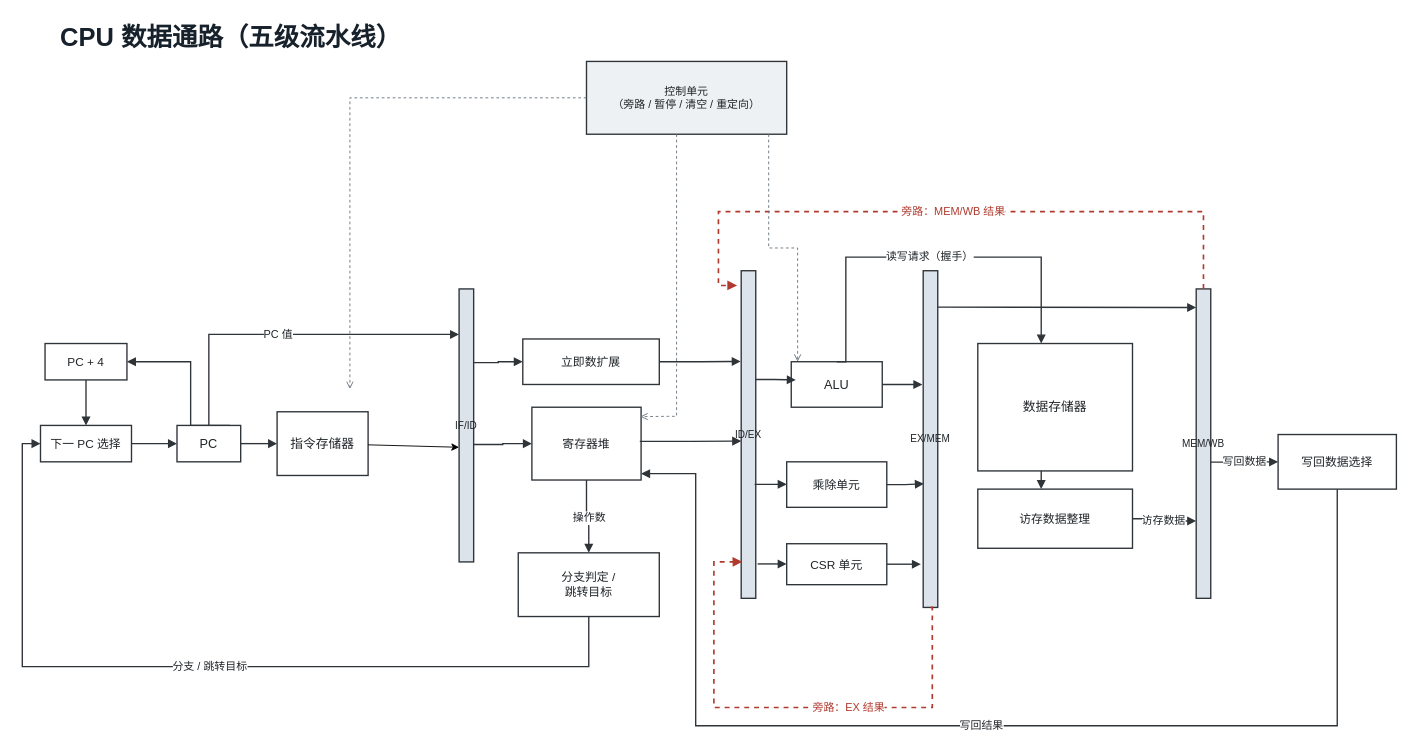
Before: page "架构" (1 of 4) of cpu_design.drawio in Kongchengbei/small-eyes, a draw.io diagram. Source tidied: cells renumbered, new cells numbered last; positions are measured from the earlier drawing's top-left corner, leaving out a move shared by most shapes. Both pictures are drawn from the tidied source at 91%, with x=0, y=0 at pixel (22, 15).
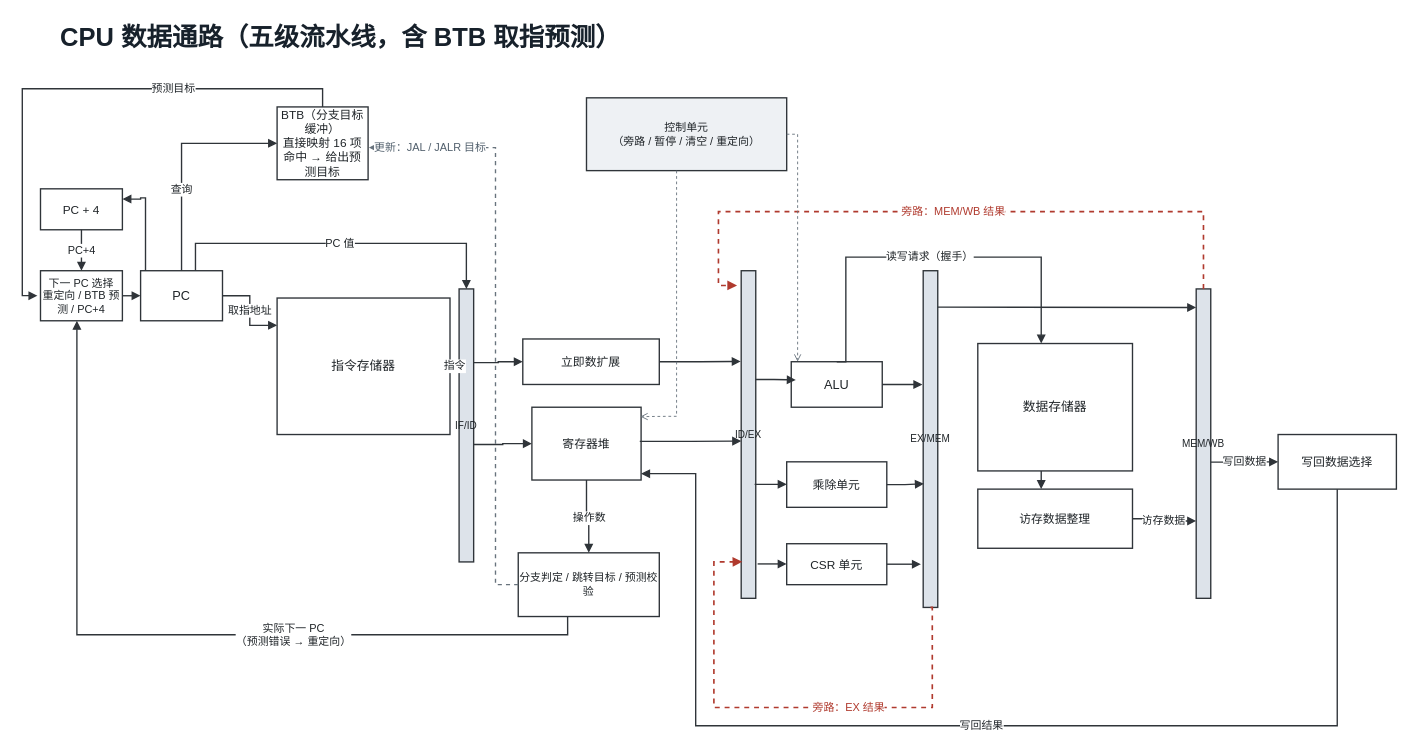
The same diagram, later.

Unchanged cells that the change refers to:
```xml
<mxCell id="7" value="IF/ID" style="rounded=0;whiteSpace=wrap;html=1;fillColor=#dde3ea;strokeColor=#2f3439;strokeWidth=1.5;fontSize=11;fontColor=#1f2428;align=center;verticalAlign=middle;" parent="1" vertex="1">
  <mxGeometry x="480" y="300" width="16" height="300" as="geometry" />
</mxCell>
<mxCell id="12" value="ALU" style="rounded=0;whiteSpace=wrap;html=1;fillColor=#ffffff;strokeColor=#2f3439;strokeWidth=1.5;fontSize=14;fontColor=#1f2428;align=center;verticalAlign=middle;" parent="1" vertex="1">
  <mxGeometry x="845" y="380" width="100" height="50" as="geometry" />
</mxCell>
```

What changed in the source:
```diff
@@
-    <mxCell id="2" value="CPU 数据通路（五级流水线）" style="text;html=1;strokeColor=none;fillColor=none;align=left;verticalAlign=middle;fontSize=28;fontStyle=1;fontColor=#17212b;" parent="1" vertex="1">
-      <mxGeometry x="40" width="700" height="45" as="geometry" />
+    <mxCell id="2" value="CPU 数据通路（五级流水线，含 BTB 取指预测）" style="text;html=1;strokeColor=none;fillColor=none;align=left;verticalAlign=middle;fontSize=28;fontStyle=1;fontColor=#17212b;" parent="1" vertex="1">
+      <mxGeometry x="40" width="900" height="45" as="geometry" />
     </mxCell>
+    <mxCell id="50" value="BTB（分支目标缓冲）&#10;直接映射 16 项&#10;命中 → 给出预测目标" style="rounded=0;whiteSpace=wrap;html=1;fillColor=#ffffff;strokeColor=#2f3439;strokeWidth=1.5;fontSize=13;fontColor=#1f2428;align=center;verticalAlign=middle;" parent="1" vertex="1">
+      <mxGeometry x="280" y="100" width="100" height="80" as="geometry" />
+    </mxCell>
+    <mxCell id="4" value="PC + 4" style="rounded=0;whiteSpace=wrap;html=1;fillColor=#ffffff;strokeColor=#2f3439;strokeWidth=1.5;fontSize=13;fontColor=#1f2428;align=center;verticalAlign=middle;" parent="1" vertex="1">
+      <mxGeometry x="20" y="190" width="90" height="45" as="geometry" />
+    </mxCell>
+    <mxCell id="51" value="下一 PC 选择&#10;重定向 / BTB 预测 / PC+4" style="rounded=0;whiteSpace=wrap;html=1;fillColor=#ffffff;strokeColor=#2f3439;strokeWidth=1.5;fontSize=12;fontColor=#1f2428;align=center;verticalAlign=middle;" parent="1" vertex="1">
+      <mxGeometry x="20" y="280" width="90" height="55" as="geometry" />
+    </mxCell>
     <mxCell id="3" value="PC" style="rounded=0;whiteSpace=wrap;html=1;fillColor=#ffffff;strokeColor=#2f3439;strokeWidth=1.5;fontSize=14;fontColor=#1f2428;align=center;verticalAlign=middle;" parent="1" vertex="1">
-      <mxGeometry x="170" y="450" width="70" height="40" as="geometry" />
+      <mxGeometry x="130" y="280" width="90" height="55" as="geometry" />
     </mxCell>
-    <mxCell id="4" value="PC + 4" style="rounded=0;whiteSpace=wrap;html=1;fillColor=#ffffff;strokeColor=#2f3439;strokeWidth=1.5;fontSize=13;fontColor=#1f2428;align=center;verticalAlign=middle;" parent="1" vertex="1">
-      <mxGeometry x="25" y="360" width="90" height="40" as="geometry" />
-    </mxCell>
-    <mxCell id="5" value="下一 PC 选择" style="rounded=0;whiteSpace=wrap;html=1;fillColor=#ffffff;strokeColor=#2f3439;strokeWidth=1.5;fontSize=13;fontColor=#1f2428;align=center;verticalAlign=middle;" parent="1" vertex="1">
-      <mxGeometry x="20" y="450" width="100" height="40" as="geometry" />
-    </mxCell>
     <mxCell id="6" value="指令存储器" style="rounded=0;whiteSpace=wrap;html=1;fillColor=#ffffff;strokeColor=#2f3439;strokeWidth=1.5;fontSize=14;fontColor=#1f2428;align=center;verticalAlign=middle;" parent="1" vertex="1">
-      <mxGeometry x="280" y="435" width="100" height="70" as="geometry" />
+      <mxGeometry x="280" y="310" width="190" height="150" as="geometry" />
     </mxCell>
@@
-    <mxCell id="10" value="分支判定 /&#10;跳转目标" style="rounded=0;whiteSpace=wrap;html=1;fillColor=#ffffff;strokeColor=#2f3439;strokeWidth=1.5;fontSize=13;fontColor=#1f2428;align=center;verticalAlign=middle;" parent="1" vertex="1">
+    <mxCell id="10" value="分支判定 / 跳转目标 / 预测校验" style="rounded=0;whiteSpace=wrap;html=1;fillColor=#ffffff;strokeColor=#2f3439;strokeWidth=1.5;fontSize=12;fontColor=#1f2428;align=center;verticalAlign=middle;" parent="1" vertex="1">
       <mxGeometry x="545" y="590" width="155" height="70" as="geometry" />
     </mxCell>
@@
     <mxCell id="20" value="控制单元&#10;（旁路 / 暂停 / 清空 / 重定向）" style="rounded=0;whiteSpace=wrap;html=1;fillColor=#eef1f4;strokeColor=#2f3439;strokeWidth=1.5;fontSize=12;fontColor=#1f2428;align=center;verticalAlign=middle;" parent="1" vertex="1">
-      <mxGeometry x="620" y="50" width="220" height="80" as="geometry" />
+      <mxGeometry x="620" y="90" width="220" height="80" as="geometry" />
     </mxCell>
+    <mxCell id="24" style="edgeStyle=orthogonalEdgeStyle;rounded=0;jettySize=auto;html=1;endArrow=block;endFill=1;strokeWidth=1.5;strokeColor=#2f3439;exitX=1;exitY=0.5;entryX=0;entryY=0.5;" parent="1" edge="1" source="51" target="3">
+      <mxGeometry relative="1" as="geometry" />
+    </mxCell>
+    <mxCell id="22" value="取指地址" style="edgeStyle=orthogonalEdgeStyle;rounded=0;jettySize=auto;html=1;endArrow=block;endFill=1;strokeWidth=1.5;strokeColor=#2f3439;fontColor=#1f2428;fontSize=12;labelBackgroundColor=#ffffff;exitX=1;exitY=0.5;entryX=0;entryY=0.2;" parent="1" edge="1" source="3" target="6">
+      <mxGeometry relative="1" as="geometry" />
+    </mxCell>
-    <mxCell id="21" style="edgeStyle=orthogonalEdgeStyle;rounded=0;jettySize=auto;html=1;endArrow=block;endFill=1;strokeWidth=1.5;strokeColor=#2f3439;exitX=0.5;exitY=0;entryX=1;entryY=0.5;" parent="1" edge="1" source="3" target="4">
+    <mxCell id="21" style="edgeStyle=orthogonalEdgeStyle;rounded=0;jettySize=auto;html=1;endArrow=block;endFill=1;strokeWidth=1.5;strokeColor=#2f3439;exitX=0.06;exitY=0;entryX=1;entryY=0.25;entryDx=0;entryDy=0;" parent="1" edge="1" source="3" target="4">
       <mxGeometry relative="1" as="geometry">
         <Array as="points">
-          <mxPoint x="185" y="450" />
-          <mxPoint x="185" y="380" />
+          <mxPoint x="135" y="200" />
+          <mxPoint x="130" y="200" />
+          <mxPoint x="130" y="201" />
         </Array>
       </mxGeometry>
     </mxCell>
-    <mxCell id="22" style="edgeStyle=orthogonalEdgeStyle;rounded=0;jettySize=auto;html=1;endArrow=block;endFill=1;strokeWidth=1.5;strokeColor=#2f3439;fontColor=#1f2428;fontSize=12;labelBackgroundColor=#ffffff;exitX=1;exitY=0.5;entryX=0;entryY=0.5;" parent="1" edge="1" source="3" target="6">
-      <mxGeometry relative="1" as="geometry" />
-    </mxCell>
+    <mxCell id="52" value="查询" style="edgeStyle=orthogonalEdgeStyle;rounded=0;jettySize=auto;html=1;endArrow=block;endFill=1;strokeWidth=1.5;strokeColor=#2f3439;fontColor=#1f2428;fontSize=12;labelBackgroundColor=#ffffff;exitX=0.5;exitY=0;entryX=0;entryY=0.5;entryDx=0;entryDy=0;" parent="1" edge="1" source="3" target="50">
+      <mxGeometry x="-0.27" relative="1" as="geometry">
+        <Array as="points">
+          <mxPoint x="175" y="140" />
+        </Array>
+      </mxGeometry>
+    </mxCell>
-    <mxCell id="23" style="edgeStyle=orthogonalEdgeStyle;rounded=0;jettySize=auto;html=1;endArrow=block;endFill=1;strokeWidth=1.5;strokeColor=#2f3439;fontColor=#1f2428;fontSize=12;labelBackgroundColor=#ffffff;exitX=0.5;exitY=1;entryX=0.5;entryY=0;" parent="1" edge="1" source="4" target="5">
+    <mxCell id="23" value="PC+4" style="edgeStyle=orthogonalEdgeStyle;rounded=0;jettySize=auto;html=1;endArrow=block;endFill=1;strokeWidth=1.5;strokeColor=#2f3439;fontColor=#1f2428;fontSize=12;labelBackgroundColor=#ffffff;exitX=0.5;exitY=1;entryX=0.5;entryY=0;" parent="1" edge="1" source="4" target="51">
       <mxGeometry relative="1" as="geometry" />
     </mxCell>
-    <mxCell id="24" style="edgeStyle=orthogonalEdgeStyle;rounded=0;jettySize=auto;html=1;endArrow=block;endFill=1;strokeWidth=1.5;strokeColor=#2f3439;fontColor=#1f2428;fontSize=12;labelBackgroundColor=#ffffff;exitX=1;exitY=0.5;entryX=0;entryY=0.5;" parent="1" edge="1" source="5" target="3">
-      <mxGeometry relative="1" as="geometry" />
-    </mxCell>
+    <mxCell id="53" value="预测目标" style="edgeStyle=orthogonalEdgeStyle;rounded=0;jettySize=auto;html=1;endArrow=block;endFill=1;strokeWidth=1.5;strokeColor=#2f3439;fontColor=#1f2428;fontSize=12;labelBackgroundColor=#ffffff;exitX=0.5;exitY=0;entryX=-0.037;entryY=0.499;entryDx=0;entryDy=0;entryPerimeter=0;" parent="1" edge="1" source="50" target="51">
+      <mxGeometry x="-0.38" relative="1" as="geometry">
+        <Array as="points">
+          <mxPoint x="330" y="80" />
+          <mxPoint y="80" />
+          <mxPoint y="307" />
+        </Array>
+      </mxGeometry>
+    </mxCell>
+    <mxCell id="31" value="实际下一 PC&#10;（预测错误 → 重定向）" style="edgeStyle=orthogonalEdgeStyle;rounded=0;jettySize=auto;html=1;endArrow=block;endFill=1;strokeWidth=1.5;strokeColor=#2f3439;fontColor=#1f2428;fontSize=12;labelBackgroundColor=#ffffff;exitX=0.35;exitY=1;" parent="1" edge="1" source="10" target="51">
+      <mxGeometry x="-0.29" relative="1" as="geometry">
+        <Array as="points">
+          <mxPoint x="599" y="680" />
+          <mxPoint x="60" y="680" />
+        </Array>
+      </mxGeometry>
+    </mxCell>
+    <mxCell id="54" value="更新：JAL / JALR 目标" style="edgeStyle=orthogonalEdgeStyle;rounded=0;jettySize=auto;html=1;endArrow=block;endFill=1;strokeWidth=1.5;strokeColor=#68737d;fontColor=#52606d;fontSize=12;labelBackgroundColor=#ffffff;dashed=1;exitX=0;exitY=0.5;entryX=1.008;entryY=0.559;entryDx=0;entryDy=0;entryPerimeter=0;" parent="1" edge="1" source="10" target="50">
+      <mxGeometry x="0.79" relative="1" as="geometry">
+        <Array as="points">
+          <mxPoint x="520" y="625" />
+          <mxPoint x="520" y="145" />
+        </Array>
+      </mxGeometry>
+    </mxCell>
-    <mxCell id="25" value="PC 值" style="edgeStyle=orthogonalEdgeStyle;rounded=0;jettySize=auto;html=1;endArrow=block;endFill=1;strokeWidth=1.5;strokeColor=#2f3439;fontColor=#1f2428;fontSize=12;labelBackgroundColor=#ffffff;exitX=0.83;exitY=0;" parent="1" edge="1" source="3">
+    <mxCell id="25" value="PC 值" style="edgeStyle=orthogonalEdgeStyle;rounded=0;jettySize=auto;html=1;endArrow=block;endFill=1;strokeWidth=1.5;strokeColor=#2f3439;fontColor=#1f2428;fontSize=12;labelBackgroundColor=#ffffff;exitX=0.67;exitY=0;entryX=0.5;entryY=0;" parent="1" edge="1" source="3" target="7">
       <mxGeometry relative="1" as="geometry">
-        <mxPoint x="480" y="350" as="targetPoint" />
         <Array as="points">
-          <mxPoint x="205" y="450" />
-          <mxPoint x="205" y="350" />
+          <mxPoint x="190" y="250" />
+          <mxPoint x="488" y="250" />
         </Array>
       </mxGeometry>
     </mxCell>
+    <mxCell id="55" value="指令" style="edgeStyle=orthogonalEdgeStyle;rounded=0;jettySize=auto;html=1;endArrow=block;endFill=1;strokeWidth=1.5;strokeColor=#2f3439;fontColor=#1f2428;fontSize=12;labelBackgroundColor=#ffffff;exitX=1;exitY=0.5;entryX=0;entryY=0.28;" parent="1" edge="1" source="6" target="7">
+      <mxGeometry relative="1" as="geometry" />
+    </mxCell>
@@
-    <mxCell id="31" value="分支 / 跳转目标" style="edgeStyle=orthogonalEdgeStyle;rounded=0;jettySize=auto;html=1;endArrow=block;endFill=1;strokeWidth=1.5;strokeColor=#2f3439;fontColor=#1f2428;fontSize=12;labelBackgroundColor=#ffffff;exitX=0.5;exitY=1;entryX=0;entryY=0.5;" parent="1" edge="1" source="10" target="5">
-      <mxGeometry relative="1" as="geometry">
-        <Array as="points">
-          <mxPoint x="623" y="715" />
-          <mxPoint y="715" />
-          <mxPoint y="470" />
-        </Array>
-      </mxGeometry>
-    </mxCell>
@@
-    <mxCell id="46" style="edgeStyle=orthogonalEdgeStyle;rounded=0;jettySize=auto;html=1;endArrow=open;endFill=0;strokeWidth=1;strokeColor=#68737d;dashed=1;entryX=0;entryY=0.1;exitX=0;exitY=0.5;exitDx=0;exitDy=0;" parent="1" edge="1" source="20">
-      <mxGeometry relative="1" as="geometry">
-        <mxPoint x="360" y="410" as="targetPoint" />
-        <Array as="points">
-          <mxPoint x="360" y="90" />
-        </Array>
-      </mxGeometry>
-    </mxCell>
@@
-    <mxCell id="48" style="edgeStyle=orthogonalEdgeStyle;rounded=0;jettySize=auto;html=1;endArrow=open;endFill=0;strokeWidth=1;strokeColor=#68737d;dashed=1;exitX=0.91;exitY=1;entryX=0.07;entryY=0;" parent="1" edge="1" source="20" target="12">
-      <mxGeometry relative="1" as="geometry" />
+    <mxCell id="48" style="edgeStyle=orthogonalEdgeStyle;rounded=0;jettySize=auto;html=1;endArrow=open;endFill=0;strokeWidth=1;strokeColor=#68737d;dashed=1;exitX=1;exitY=0.5;entryX=0.07;entryY=0;exitDx=0;exitDy=0;" parent="1" edge="1" source="20" target="12">
+      <mxGeometry relative="1" as="geometry">
+        <Array as="points">
+          <mxPoint x="852" y="130" />
+        </Array>
+      </mxGeometry>
     </mxCell>
-    <mxCell id="49" style="edgeStyle=none;html=1;" parent="1" edge="1" source="6">
-      <mxGeometry relative="1" as="geometry">
-        <mxPoint x="480" y="474" as="targetPoint" />
-      </mxGeometry>
-    </mxCell>
```
